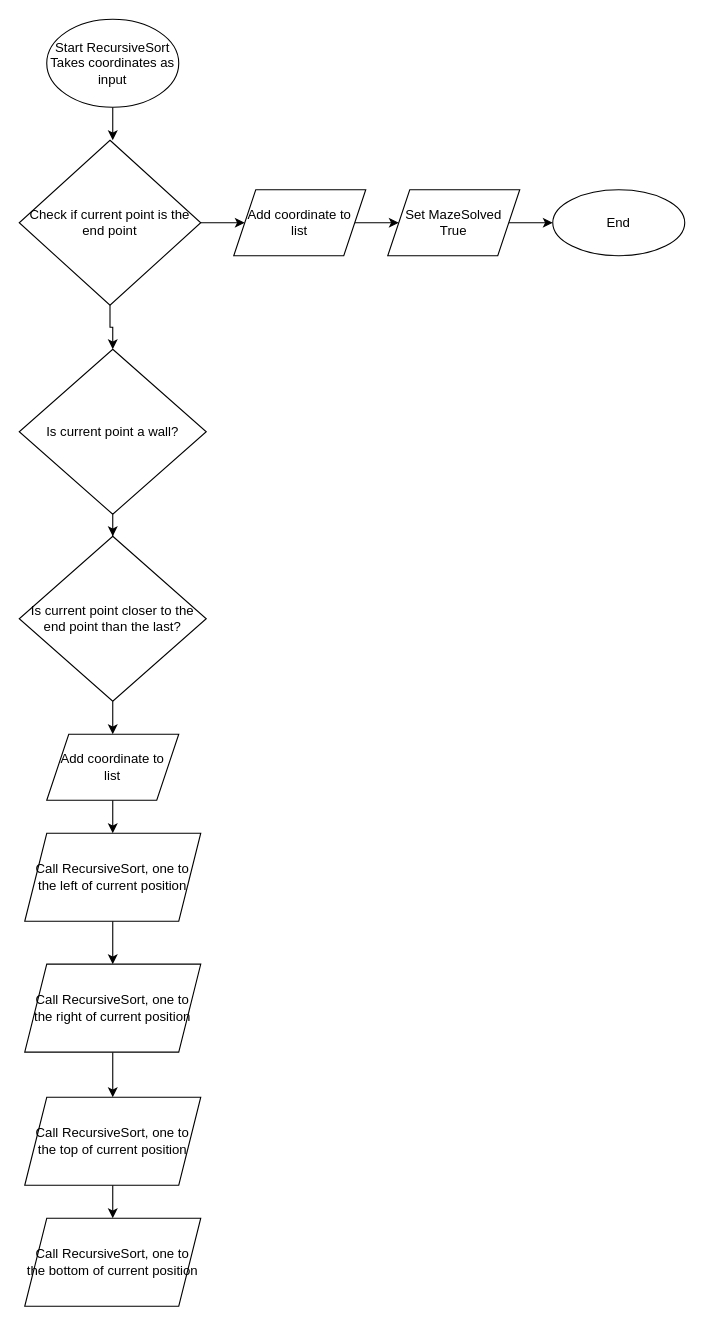
This is Pathfinder 2.drawio from stanbennard/MazeProject2021, a draw.io file, before an edit. Source tidied: cells renumbered, new cells numbered last; positions are measured from the earlier drawing's top-left corner, leaving out a move shared by most shapes. Both pictures are drawn from the tidied source at 110%, with x=0, y=0 at pixel (19, 19).
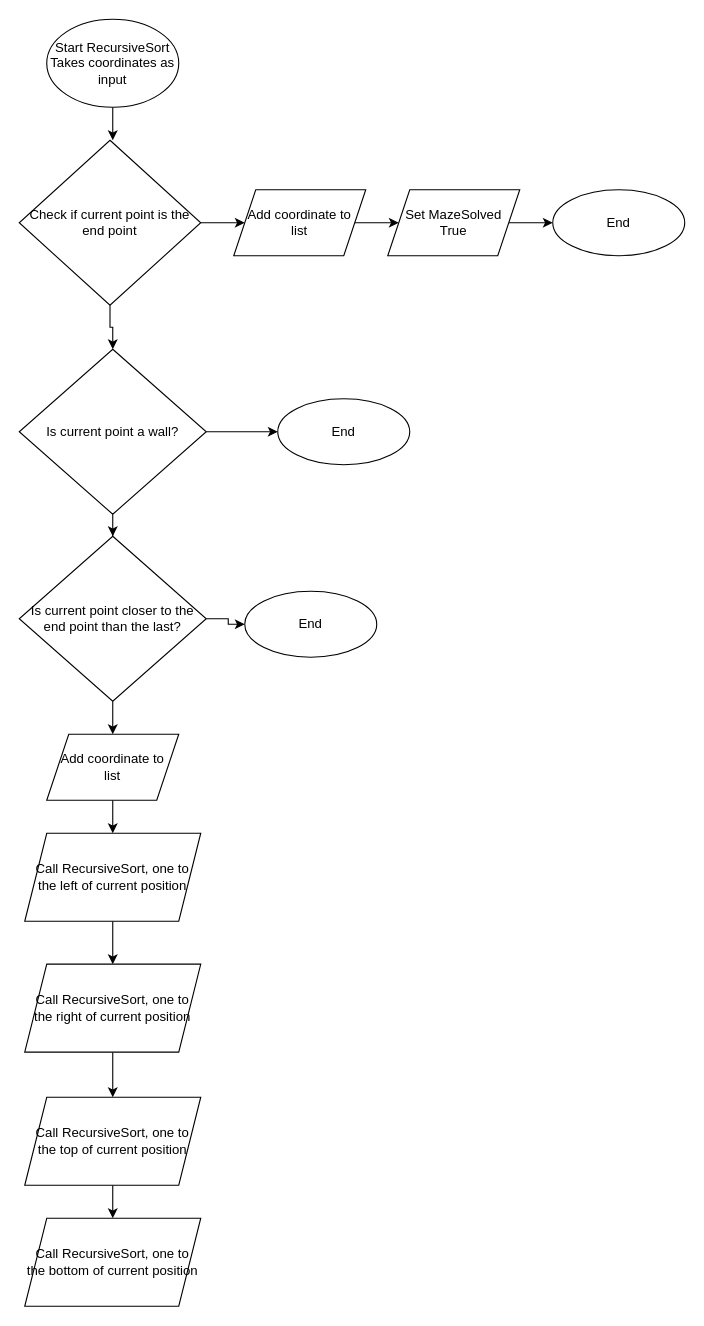
The same page after the edit.

Unchanged cells that the change refers to:
```xml
<mxCell id="15" value="&lt;span&gt;Is current point a wall?&lt;/span&gt;" style="rhombus;whiteSpace=wrap;html=1;" parent="1" vertex="1">
  <mxGeometry y="300" width="170" height="150" as="geometry" />
</mxCell>
<mxCell id="17" value="&lt;span&gt;Is current point closer to the end point than the last?&lt;/span&gt;" style="rhombus;whiteSpace=wrap;html=1;" parent="1" vertex="1">
  <mxGeometry y="470" width="170" height="150" as="geometry" />
</mxCell>
```

Diff of the diagram source:
```diff
@@
+    <mxCell id="25" style="edgeStyle=orthogonalEdgeStyle;rounded=0;jettySize=auto;html=1;" parent="1" edge="1" source="15" target="27">
+      <mxGeometry relative="1" as="geometry" />
+    </mxCell>
@@
+    <mxCell id="26" style="edgeStyle=orthogonalEdgeStyle;rounded=0;jettySize=auto;html=1;" parent="1" edge="1" source="17" target="28">
+      <mxGeometry relative="1" as="geometry" />
+    </mxCell>
@@
+    <mxCell id="27" value="End" style="ellipse;whiteSpace=wrap;html=1;" parent="1" vertex="1">
+      <mxGeometry x="235" y="345" width="120" height="60" as="geometry" />
+    </mxCell>
+    <mxCell id="28" value="End" style="ellipse;whiteSpace=wrap;html=1;" parent="1" vertex="1">
+      <mxGeometry x="205" y="520" width="120" height="60" as="geometry" />
+    </mxCell>
```
